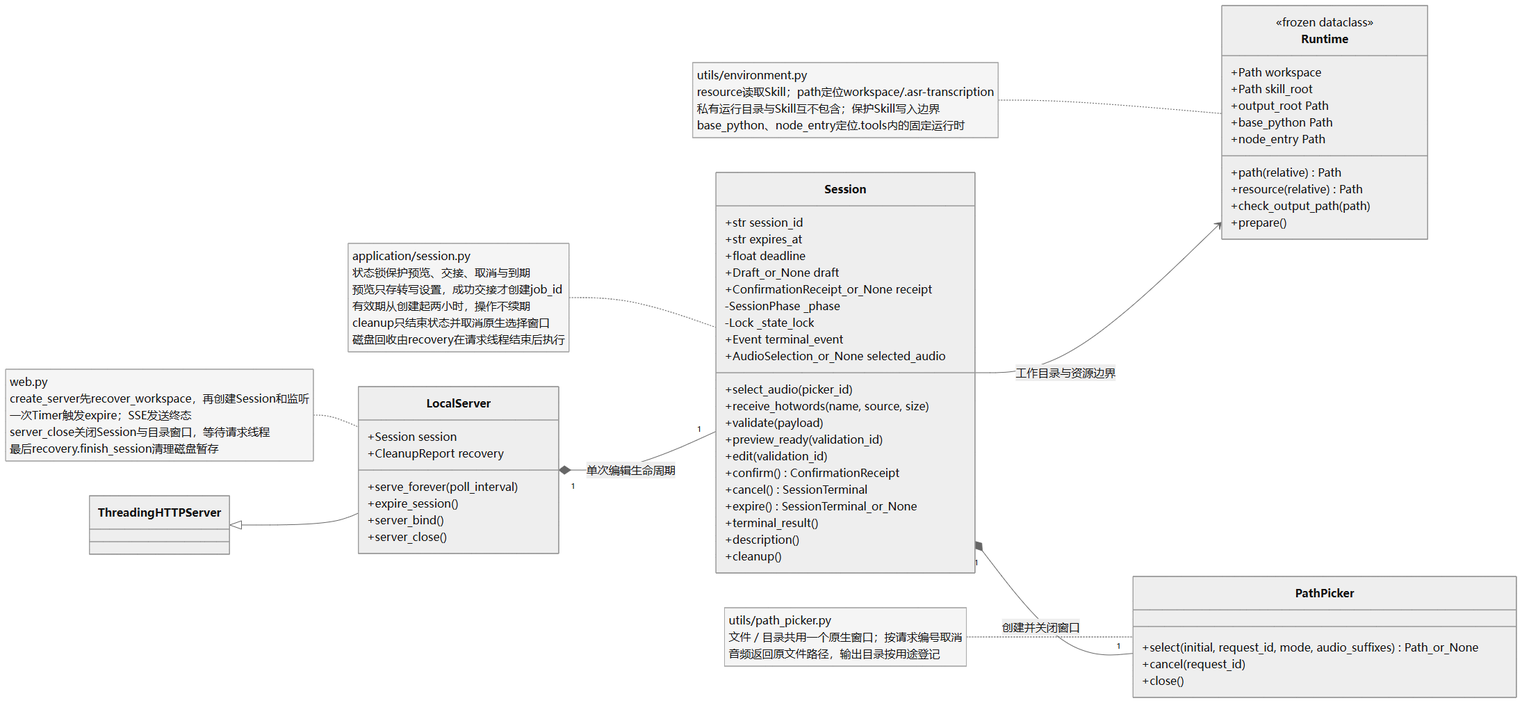
Above: doc/uml/01-classes.png in hx101700/memoflow (Mermaid), before the change. Its source is kept beside it as doc/uml/01-classes.mmd.
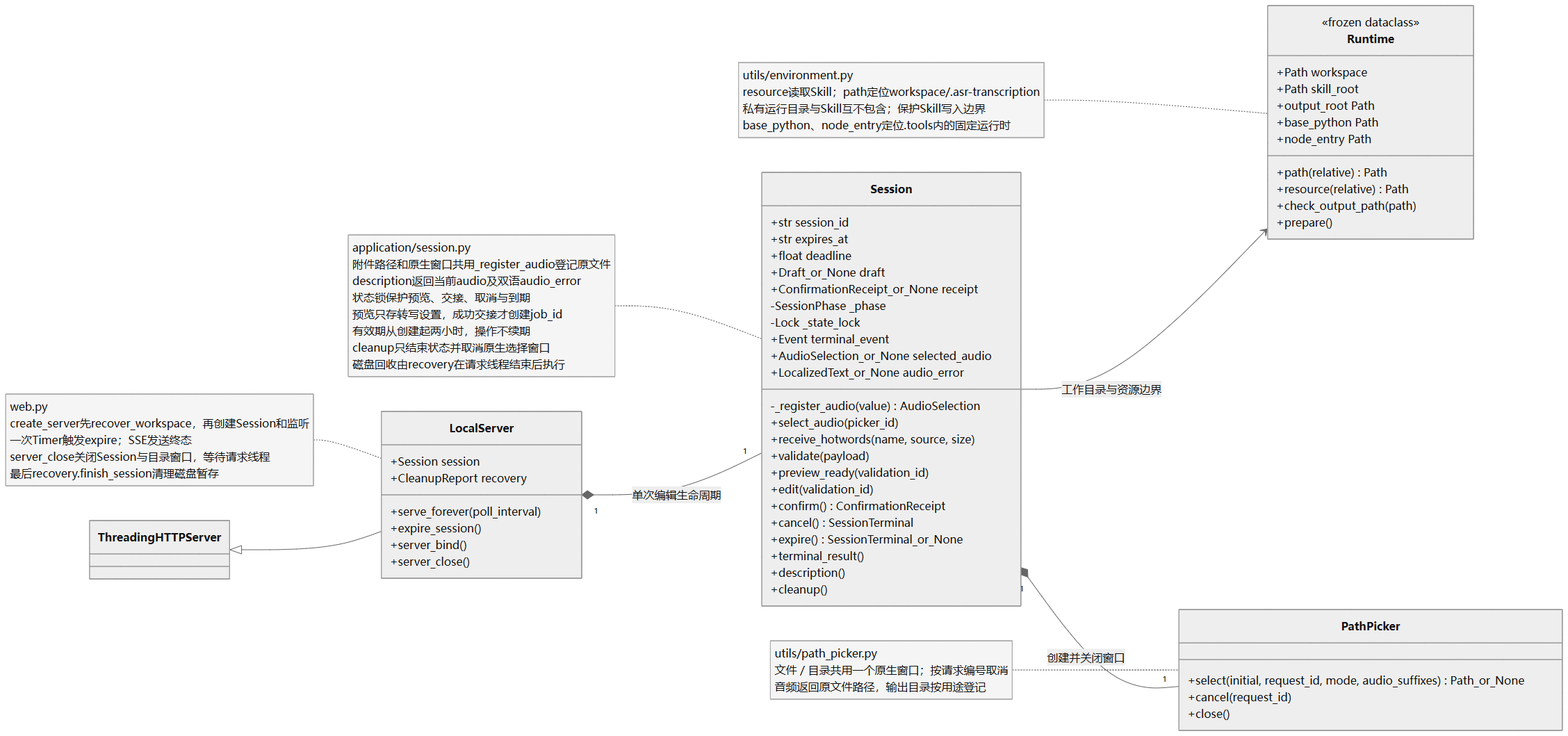
The same diagram one commit later.

What changed in the source:
```diff
@@ -22,6 +22,8 @@
   -Lock _state_lock
   +Event terminal_event
   +AudioSelection_or_None selected_audio
+  +LocalizedText_or_None audio_error
+  -_register_audio(value) AudioSelection
   +select_audio(picker_id)
   +receive_hotwords(name, source, size)
   +validate(payload)
@@ -52,7 +54,7 @@
 Session "1" *-- "1" PathPicker : 创建并关闭窗口
 ThreadingHTTPServer <|-- LocalServer
 LocalServer "1" *-- "1" Session : 单次编辑生命周期
-note for Session "application/session.py<br/>状态锁保护预览、交接、取消与到期<br/>预览只存转写设置，成功交接才创建job_id<br/>有效期从创建起两小时，操作不续期<br/>cleanup只结束状态并取消原生选择窗口<br/>磁盘回收由recovery在请求线程结束后执行"
+note for Session "application/session.py<br/>附件路径和原生窗口共用_register_audio登记原文件<br/>description返回当前audio及双语audio_error<br/>状态锁保护预览、交接、取消与到期<br/>预览只存转写设置，成功交接才创建job_id<br/>有效期从创建起两小时，操作不续期<br/>cleanup只结束状态并取消原生选择窗口<br/>磁盘回收由recovery在请求线程结束后执行"
 note for LocalServer "web.py<br/>create_server先recover_workspace，再创建Session和监听<br/>一次Timer触发expire；SSE发送终态<br/>server_close关闭Session与目录窗口，等待请求线程<br/>最后recovery.finish_session清理磁盘暂存"
 note for Runtime "utils/environment.py<br/>resource读取Skill；path定位workspace/.asr-transcription<br/>私有运行目录与Skill互不包含；保护Skill写入边界<br/>base_python、node_entry定位.tools内的固定运行时"
 note for PathPicker "utils/path_picker.py<br/>文件／目录共用一个原生窗口；按请求编号取消<br/>音频返回原文件路径，输出目录按用途登记"
```
